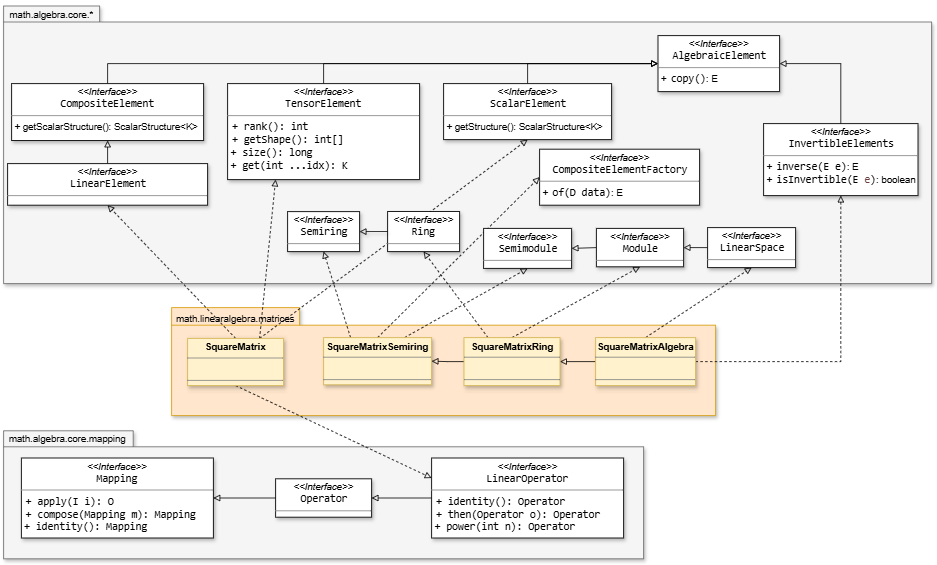
This is docs/SMFN-linearalgebra-squarematrices.png from gom9000/SMFN, a draw.io export, as it was before one commit. Source tidied: cells renumbered, new cells last; positions are measured from the earlier drawing's top-left corner, leaving out a move shared by most shapes.
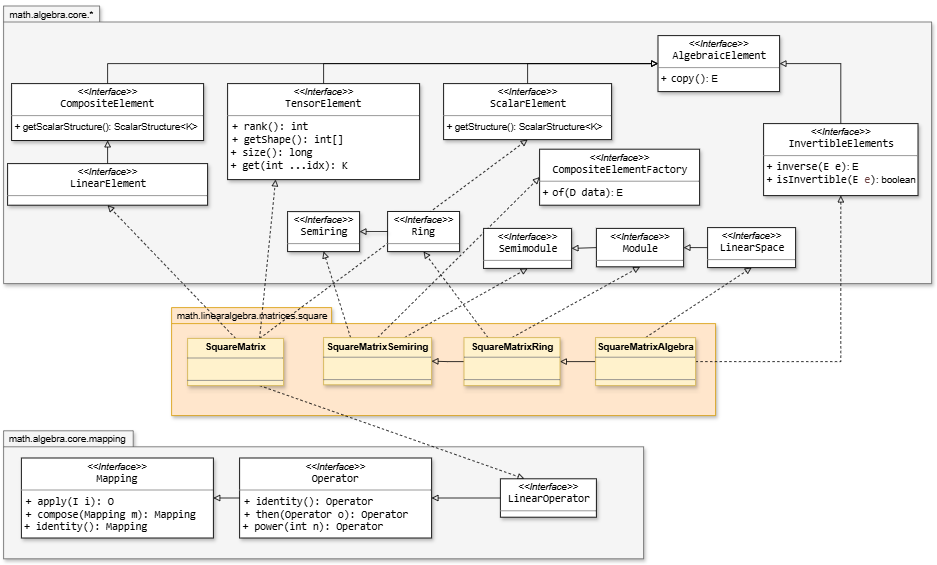
The same file after the commit.

The edit, as a diff of the source:
```diff
@@ -8,7 +8,7 @@
     <mxCell id="3" style="shape=folder;fontStyle=1;spacingTop=10;tabWidth=120;tabHeight=20;tabPosition=left;html=1;whiteSpace=wrap;fillColor=#f5f5f5;fontColor=#333333;strokeColor=#666666;shadow=1;" parent="1" vertex="1">
       <mxGeometry y="3" width="1160" height="347" as="geometry" />
     </mxCell>
-    <mxCell id="4" style="shape=folder;fontStyle=1;spacingTop=10;tabWidth=160;tabHeight=22;tabPosition=left;html=1;whiteSpace=wrap;fillColor=#ffe6cc;strokeColor=#d79b00;shadow=1;" parent="1" vertex="1">
+    <mxCell id="4" style="shape=folder;fontStyle=1;spacingTop=10;tabWidth=200;tabHeight=20;tabPosition=left;html=1;whiteSpace=wrap;fillColor=#ffe6cc;strokeColor=#d79b00;shadow=1;" parent="1" vertex="1">
       <mxGeometry x="210" y="380" width="680" height="135" as="geometry" />
     </mxCell>
     <mxCell id="5" style="rounded=0;jettySize=auto;html=1;exitX=0.5;exitY=0;exitDx=0;exitDy=0;entryX=0.5;entryY=1;entryDx=0;entryDy=0;strokeColor=default;align=center;verticalAlign=middle;fontFamily=Helvetica;fontSize=11;fontColor=default;labelBackgroundColor=default;endArrow=block;endFill=0;dashed=1;" parent="1" edge="1" source="9" target="16">
@@ -17,7 +17,7 @@
     <mxCell id="6" style="rounded=0;jettySize=auto;html=1;exitX=0.75;exitY=0;exitDx=0;exitDy=0;entryX=0.25;entryY=1;entryDx=0;entryDy=0;strokeColor=default;align=center;verticalAlign=middle;fontFamily=Helvetica;fontSize=11;fontColor=default;labelBackgroundColor=default;endArrow=block;endFill=0;dashed=1;" parent="1" edge="1" source="9" target="18">
       <mxGeometry relative="1" as="geometry" />
     </mxCell>
-    <mxCell id="7" style="rounded=0;jettySize=auto;html=1;exitX=0.5;exitY=1;exitDx=0;exitDy=0;entryX=0;entryY=0.25;entryDx=0;entryDy=0;dashed=1;strokeColor=default;align=center;verticalAlign=middle;fontFamily=Helvetica;fontSize=11;fontColor=default;labelBackgroundColor=default;endArrow=block;endFill=0;" parent="1" edge="1" source="9" target="42">
+    <mxCell id="7" style="rounded=0;jettySize=auto;html=1;exitX=0.75;exitY=1;exitDx=0;exitDy=0;entryX=0.25;entryY=0;entryDx=0;entryDy=0;dashed=1;strokeColor=default;align=center;verticalAlign=middle;fontFamily=Helvetica;fontSize=11;fontColor=default;labelBackgroundColor=default;endArrow=block;endFill=0;" parent="1" edge="1" source="9" target="51">
       <mxGeometry relative="1" as="geometry" />
     </mxCell>
     <mxCell id="8" style="rounded=0;jettySize=auto;html=1;exitX=0.75;exitY=0;exitDx=0;exitDy=0;entryX=0.5;entryY=1;entryDx=0;entryDy=0;dashed=1;strokeColor=default;align=center;verticalAlign=middle;fontFamily=Helvetica;fontSize=11;fontColor=default;labelBackgroundColor=default;endArrow=block;endFill=0;" parent="1" edge="1" source="9" target="44">
@@ -26,8 +26,8 @@
     <mxCell id="9" value="&lt;p style=&quot;margin:0px;margin-top:4px;text-align:center;&quot;&gt;&lt;b&gt;SquareMatrix&lt;/b&gt;&lt;/p&gt;&lt;hr size=&quot;1&quot; style=&quot;border-style:solid;&quot;&gt;&lt;p style=&quot;margin:0px;margin-left:4px;&quot;&gt;&lt;br&gt;&lt;/p&gt;&lt;hr size=&quot;1&quot; style=&quot;border-style:solid;&quot;&gt;&lt;p style=&quot;margin:0px;margin-left:4px;&quot;&gt;&lt;br&gt;&lt;/p&gt;" style="verticalAlign=top;align=left;overflow=fill;html=1;whiteSpace=wrap;fillColor=#fff2cc;strokeColor=#d6b656;labelBackgroundColor=none;shadow=1;" parent="1" vertex="1">
       <mxGeometry x="230" y="418.5" width="120" height="59" as="geometry" />
     </mxCell>
-    <mxCell id="10" value="math.linearalgebra.matrices" style="text;html=1;whiteSpace=wrap;strokeColor=none;fillColor=none;align=center;verticalAlign=middle;rounded=0;shadow=1;" parent="1" vertex="1">
-      <mxGeometry x="210" y="380" width="160" height="30" as="geometry" />
+    <mxCell id="10" value="math.linearalgebra.matrices.square" style="text;html=1;whiteSpace=wrap;strokeColor=none;fillColor=none;align=center;verticalAlign=middle;rounded=0;shadow=1;" parent="1" vertex="1">
+      <mxGeometry x="206" y="376" width="210" height="30" as="geometry" />
     </mxCell>
     <mxCell id="11" value="math.algebra.core.*" style="text;html=1;whiteSpace=wrap;strokeColor=none;fillColor=none;align=center;verticalAlign=middle;rounded=0;shadow=1;" parent="1" vertex="1">
       <mxGeometry width="120" height="30" as="geometry" />
@@ -110,21 +110,15 @@
     <mxCell id="37" value="math.algebra.core.mapping" style="text;html=1;whiteSpace=wrap;strokeColor=none;fillColor=none;align=center;verticalAlign=middle;rounded=0;shadow=1;" parent="1" vertex="1">
       <mxGeometry y="530" width="160" height="30" as="geometry" />
     </mxCell>
-    <mxCell id="38" style="edgeStyle=orthogonalEdgeStyle;rounded=0;jettySize=auto;html=1;exitX=0;exitY=0.5;exitDx=0;exitDy=0;entryX=1;entryY=0.5;entryDx=0;entryDy=0;strokeColor=default;align=center;verticalAlign=middle;fontFamily=Helvetica;fontSize=11;fontColor=default;labelBackgroundColor=default;endArrow=block;endFill=0;" parent="1" edge="1" source="39" target="40">
+    <mxCell id="38" style="edgeStyle=orthogonalEdgeStyle;rounded=0;jettySize=auto;html=1;exitX=0;exitY=0.5;exitDx=0;exitDy=0;entryX=1;entryY=0.5;entryDx=0;entryDy=0;strokeColor=default;align=center;verticalAlign=middle;fontFamily=Helvetica;fontSize=11;fontColor=default;labelBackgroundColor=default;endArrow=block;endFill=0;" parent="1" edge="1" source="50" target="40">
       <mxGeometry relative="1" as="geometry" />
     </mxCell>
-    <mxCell id="39" value="&lt;p style=&quot;margin:0px;margin-top:4px;text-align:center;&quot;&gt;&lt;i&gt;&amp;lt;&amp;lt;Interface&amp;gt;&amp;gt;&lt;/i&gt;&lt;br&gt;&lt;span style=&quot;padding: 0px 0px 0px 2px;&quot;&gt;&lt;span style=&quot;font-family: Consolas; font-size: 10pt; white-space: pre;&quot;&gt;&lt;span style=&quot;&quot;&gt;Operator&lt;/span&gt;&lt;/span&gt;&lt;/span&gt;&lt;/p&gt;&lt;hr size=&quot;1&quot; style=&quot;border-style:solid;&quot;&gt;&lt;p style=&quot;margin:0px;margin-left:4px;&quot;&gt;&lt;/p&gt;&lt;p style=&quot;margin:0px;margin-left:4px;&quot;&gt;&lt;br&gt;&lt;/p&gt;&lt;p style=&quot;margin:0px;margin-left:4px;&quot;&gt;&lt;span style=&quot;color: light-dark(rgb(0, 0, 0), rgb(255, 255, 255)); font-family: Consolas; font-size: 10pt; white-space: pre;&quot;&gt;&lt;br&gt;&lt;/span&gt;&lt;/p&gt;" style="verticalAlign=top;align=left;overflow=fill;html=1;whiteSpace=wrap;labelBackgroundColor=none;shadow=1;" parent="1" vertex="1">
-      <mxGeometry x="340" y="594" width="120" height="48" as="geometry" />
-    </mxCell>
     <mxCell id="40" value="&lt;p style=&quot;margin:0px;margin-top:4px;text-align:center;&quot;&gt;&lt;i&gt;&amp;lt;&amp;lt;Interface&amp;gt;&amp;gt;&lt;/i&gt;&lt;br&gt;&lt;span style=&quot;font-family: Consolas; font-size: 13.3333px; white-space: pre;&quot;&gt;Mapping&lt;/span&gt;&lt;/p&gt;&lt;hr size=&quot;1&quot; style=&quot;border-style:solid;&quot;&gt;&lt;p style=&quot;margin:0px;margin-left:4px;&quot;&gt;&lt;/p&gt;&lt;p style=&quot;margin:0px;margin-left:4px;&quot;&gt;&lt;span style=&quot;background-color:#ffffff;padding:0px 0px 0px 2px;&quot;&gt;&lt;span style=&quot;font-family: Consolas; font-size: 10pt; white-space-collapse: preserve;&quot;&gt;+ apply(I i): O&lt;/span&gt;&lt;/span&gt;&lt;/p&gt;&lt;p style=&quot;margin:0px;margin-left:4px;&quot;&gt;&lt;span style=&quot;background-color:#ffffff;padding:0px 0px 0px 2px;&quot;&gt;&lt;span style=&quot;font-family: Consolas; font-size: 10pt; white-space-collapse: preserve;&quot;&gt;+ &lt;/span&gt;&lt;/span&gt;&lt;span style=&quot;font-family: Consolas; font-size: 10pt; white-space-collapse: preserve; background-color: rgb(255, 255, 255); color: light-dark(rgb(0, 0, 0), rgb(255, 255, 255));&quot;&gt;compose(Mapping m): Mapping&lt;/span&gt;&lt;/p&gt;&lt;p style=&quot;margin:0px;margin-left:4px;&quot;&gt;&lt;span style=&quot;font-family: Consolas; font-size: 10pt; white-space-collapse: preserve; background-color: rgb(255, 255, 255); color: light-dark(rgb(0, 0, 0), rgb(255, 255, 255));&quot;&gt;&lt;span style=&quot;font-size: 13.3333px;&quot;&gt;+ identity(): Mapping&lt;/span&gt;&lt;/span&gt;&lt;/p&gt;" style="verticalAlign=top;align=left;overflow=fill;html=1;whiteSpace=wrap;labelBackgroundColor=none;shadow=1;" parent="1" vertex="1">
       <mxGeometry x="22.2" y="568" width="240" height="100" as="geometry" />
     </mxCell>
-    <mxCell id="41" style="edgeStyle=orthogonalEdgeStyle;rounded=0;jettySize=auto;html=1;exitX=0;exitY=0.5;exitDx=0;exitDy=0;entryX=1;entryY=0.5;entryDx=0;entryDy=0;strokeColor=default;align=center;verticalAlign=middle;fontFamily=Helvetica;fontSize=11;fontColor=default;labelBackgroundColor=default;endArrow=block;endFill=0;" parent="1" edge="1" source="42" target="39">
+    <mxCell id="41" style="edgeStyle=orthogonalEdgeStyle;rounded=0;jettySize=auto;html=1;exitX=0;exitY=0.5;exitDx=0;exitDy=0;entryX=1;entryY=0.5;entryDx=0;entryDy=0;strokeColor=default;align=center;verticalAlign=middle;fontFamily=Helvetica;fontSize=11;fontColor=default;labelBackgroundColor=default;endArrow=block;endFill=0;" parent="1" edge="1" source="51" target="50">
       <mxGeometry relative="1" as="geometry" />
     </mxCell>
-    <mxCell id="42" value="&lt;p style=&quot;margin:0px;margin-top:4px;text-align:center;&quot;&gt;&lt;i&gt;&amp;lt;&amp;lt;Interface&amp;gt;&amp;gt;&lt;/i&gt;&lt;br&gt;&lt;span style=&quot;font-family: Consolas; font-size: 13.3333px; white-space: pre;&quot;&gt;LinearOperator&lt;/span&gt;&lt;/p&gt;&lt;hr size=&quot;1&quot; style=&quot;border-style:solid;&quot;&gt;&lt;p style=&quot;margin:0px;margin-left:4px;&quot;&gt;&lt;/p&gt;&lt;p style=&quot;margin:0px;margin-left:4px;&quot;&gt;&lt;span style=&quot;background-color:#ffffff;padding:0px 0px 0px 2px;&quot;&gt;&lt;span style=&quot;font-family: Consolas; font-size: 10pt; white-space-collapse: preserve;&quot;&gt;+ identity(): Operator&lt;/span&gt;&lt;/span&gt;&lt;/p&gt;&lt;p style=&quot;margin:0px;margin-left:4px;&quot;&gt;&lt;span style=&quot;background-color:#ffffff;padding:0px 0px 0px 2px;&quot;&gt;&lt;span style=&quot;font-family: Consolas; font-size: 10pt; white-space-collapse: preserve;&quot;&gt;+ &lt;/span&gt;&lt;/span&gt;&lt;span style=&quot;font-family: Consolas; font-size: 10pt; white-space-collapse: preserve; background-color: rgb(255, 255, 255); color: light-dark(rgb(0, 0, 0), rgb(255, 255, 255));&quot;&gt;then(Operator o): Operator&lt;/span&gt;&lt;/p&gt;&lt;p style=&quot;margin:0px;margin-left:4px;&quot;&gt;&lt;span style=&quot;font-family: Consolas; font-size: 10pt; white-space-collapse: preserve; background-color: rgb(255, 255, 255); color: light-dark(rgb(0, 0, 0), rgb(255, 255, 255));&quot;&gt;&lt;span style=&quot;font-size: 13.3333px;&quot;&gt;+ power(int n): Operator&lt;/span&gt;&lt;/span&gt;&lt;/p&gt;" style="verticalAlign=top;align=left;overflow=fill;html=1;whiteSpace=wrap;labelBackgroundColor=none;shadow=1;" parent="1" vertex="1">
-      <mxGeometry x="535" y="568" width="240" height="100" as="geometry" />
-    </mxCell>
     <mxCell id="43" style="edgeStyle=orthogonalEdgeStyle;rounded=0;jettySize=auto;html=1;exitX=0.5;exitY=0;exitDx=0;exitDy=0;entryX=0;entryY=0.5;entryDx=0;entryDy=0;strokeColor=default;align=center;verticalAlign=middle;fontFamily=Helvetica;fontSize=11;fontColor=default;labelBackgroundColor=default;endArrow=block;endFill=0;" parent="1" edge="1" source="44" target="12">
       <mxGeometry relative="1" as="geometry" />
     </mxCell>
@@ -146,5 +140,11 @@
     <mxCell id="49" style="rounded=0;jettySize=auto;html=1;exitX=0;exitY=0.5;exitDx=0;exitDy=0;entryX=1;entryY=0.5;entryDx=0;entryDy=0;strokeColor=default;align=center;verticalAlign=middle;fontFamily=Helvetica;fontSize=11;fontColor=default;labelBackgroundColor=default;endArrow=block;endFill=0;shadow=1;" parent="1" edge="1" source="47" target="48">
       <mxGeometry relative="1" as="geometry" />
     </mxCell>
+    <mxCell id="50" value="&lt;p style=&quot;margin:0px;margin-top:4px;text-align:center;&quot;&gt;&lt;i&gt;&amp;lt;&amp;lt;Interface&amp;gt;&amp;gt;&lt;/i&gt;&lt;br&gt;&lt;span style=&quot;font-family: Consolas; font-size: 13.3333px; white-space: pre;&quot;&gt;Operator&lt;/span&gt;&lt;/p&gt;&lt;hr size=&quot;1&quot; style=&quot;border-style:solid;&quot;&gt;&lt;p style=&quot;margin:0px;margin-left:4px;&quot;&gt;&lt;/p&gt;&lt;p style=&quot;margin:0px;margin-left:4px;&quot;&gt;&lt;span style=&quot;background-color:#ffffff;padding:0px 0px 0px 2px;&quot;&gt;&lt;span style=&quot;font-family: Consolas; font-size: 10pt; white-space-collapse: preserve;&quot;&gt;+ identity(): Operator&lt;/span&gt;&lt;/span&gt;&lt;/p&gt;&lt;p style=&quot;margin:0px;margin-left:4px;&quot;&gt;&lt;span style=&quot;background-color:#ffffff;padding:0px 0px 0px 2px;&quot;&gt;&lt;span style=&quot;font-family: Consolas; font-size: 10pt; white-space-collapse: preserve;&quot;&gt;+ &lt;/span&gt;&lt;/span&gt;&lt;span style=&quot;font-family: Consolas; font-size: 10pt; white-space-collapse: preserve; background-color: rgb(255, 255, 255); color: light-dark(rgb(0, 0, 0), rgb(255, 255, 255));&quot;&gt;then(Operator o): Operator&lt;/span&gt;&lt;/p&gt;&lt;p style=&quot;margin:0px;margin-left:4px;&quot;&gt;&lt;span style=&quot;font-family: Consolas; font-size: 10pt; white-space-collapse: preserve; background-color: rgb(255, 255, 255); color: light-dark(rgb(0, 0, 0), rgb(255, 255, 255));&quot;&gt;&lt;span style=&quot;font-size: 13.3333px;&quot;&gt;+ power(int n): Operator&lt;/span&gt;&lt;/span&gt;&lt;/p&gt;" style="verticalAlign=top;align=left;overflow=fill;html=1;whiteSpace=wrap;labelBackgroundColor=none;shadow=1;" parent="1" vertex="1">
+      <mxGeometry x="295" y="568" width="240" height="100" as="geometry" />
+    </mxCell>
+    <mxCell id="51" value="&lt;p style=&quot;margin:0px;margin-top:4px;text-align:center;&quot;&gt;&lt;i&gt;&amp;lt;&amp;lt;Interface&amp;gt;&amp;gt;&lt;/i&gt;&lt;br&gt;&lt;span style=&quot;padding: 0px 0px 0px 2px;&quot;&gt;&lt;span style=&quot;font-family: Consolas; font-size: 10pt; white-space: pre;&quot;&gt;&lt;span style=&quot;&quot;&gt;LinearOperator&lt;/span&gt;&lt;/span&gt;&lt;/span&gt;&lt;/p&gt;&lt;hr size=&quot;1&quot; style=&quot;border-style:solid;&quot;&gt;&lt;p style=&quot;margin:0px;margin-left:4px;&quot;&gt;&lt;/p&gt;&lt;p style=&quot;margin:0px;margin-left:4px;&quot;&gt;&lt;br&gt;&lt;/p&gt;&lt;p style=&quot;margin:0px;margin-left:4px;&quot;&gt;&lt;span style=&quot;color: light-dark(rgb(0, 0, 0), rgb(255, 255, 255)); font-family: Consolas; font-size: 10pt; white-space: pre;&quot;&gt;&lt;br&gt;&lt;/span&gt;&lt;/p&gt;" style="verticalAlign=top;align=left;overflow=fill;html=1;whiteSpace=wrap;labelBackgroundColor=none;shadow=1;" parent="1" vertex="1">
+      <mxGeometry x="621" y="594" width="120" height="48" as="geometry" />
+    </mxCell>
   </root>
 </mxGraphModel>
```
